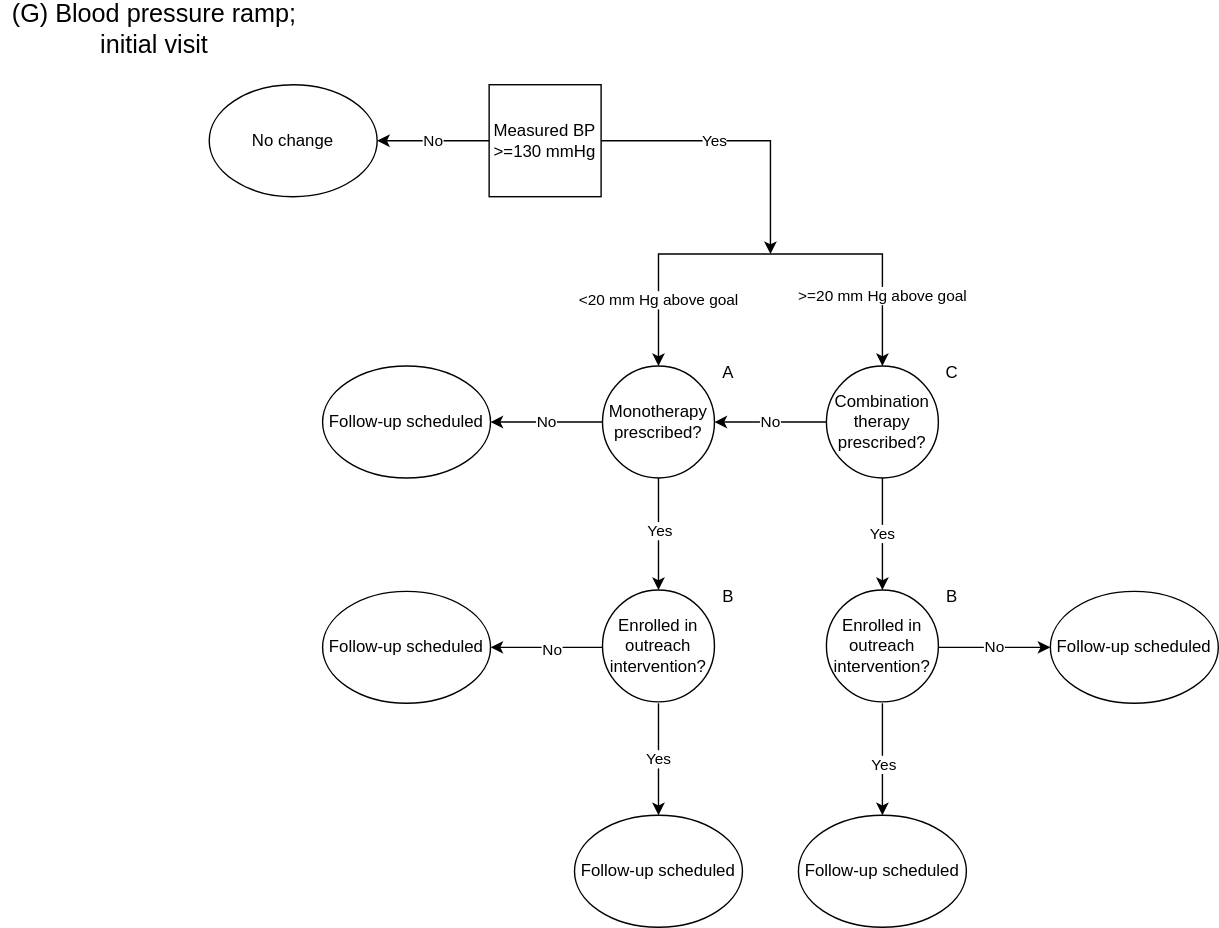
Above: docs/source/concept_models/vivarium_us_cvd/sbp_ramp_initial.svg in ihmeuw/vivarium_research (draw.io), before the change. Source tidied: cells renumbered, new cells last; positions are measured from the earlier drawing's top-left corner, leaving out a move shared by most shapes.
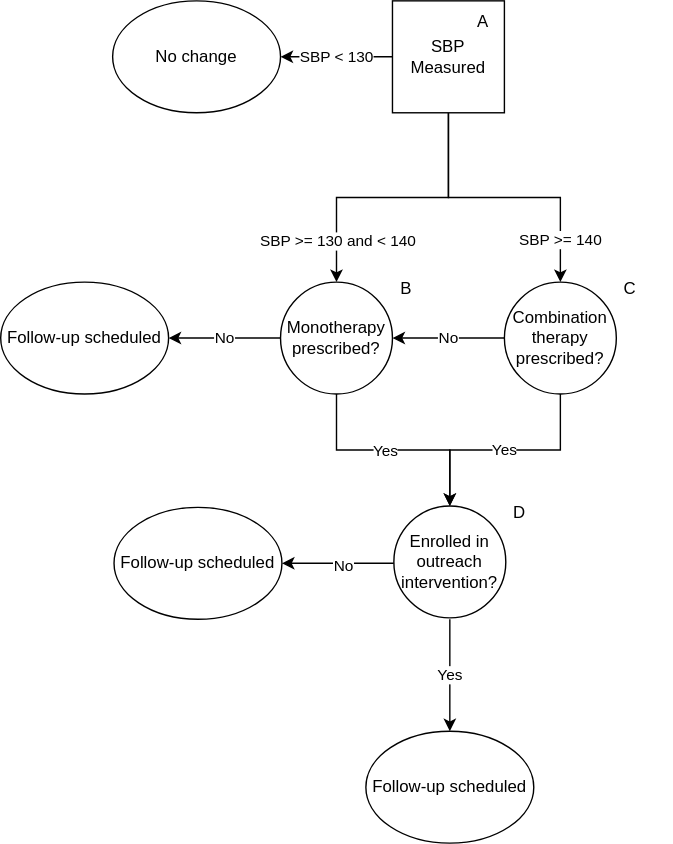
After the commit.

What changed in the source:
```diff
@@ -2,42 +2,29 @@
   <root>
     <mxCell id="0" />
     <mxCell id="1" parent="0" />
-    <mxCell id="2" style="edgeStyle=orthogonalEdgeStyle;rounded=0;orthogonalLoop=1;jettySize=auto;html=1;exitX=0.5;exitY=1;exitDx=0;exitDy=0;entryX=0.5;entryY=0;entryDx=0;entryDy=0;" parent="1" edge="1">
+    <mxCell id="2" style="edgeStyle=orthogonalEdgeStyle;rounded=0;jettySize=auto;html=1;exitX=0.5;exitY=1;exitDx=0;exitDy=0;entryX=0.5;entryY=0;entryDx=0;entryDy=0;" parent="1" edge="1" source="7">
       <mxGeometry relative="1" as="geometry">
-        <mxPoint x="549" y="170" as="sourcePoint" />
         <mxPoint x="470" y="250" as="targetPoint" />
       </mxGeometry>
     </mxCell>
-    <mxCell id="3" value="&amp;lt;20 mm Hg above goal" style="edgeLabel;html=1;align=center;verticalAlign=middle;" parent="2" vertex="1">
+    <mxCell id="3" value="SBP &amp;gt;= 130 and &amp;lt; 140" style="edgeLabel;html=1;align=center;verticalAlign=middle;" parent="2" vertex="1">
       <mxGeometry x="-0.13" y="-1" relative="1" as="geometry">
-        <mxPoint x="-11" y="33" as="offset" />
+        <mxPoint x="-52" y="32" as="offset" />
       </mxGeometry>
     </mxCell>
-    <mxCell id="4" value="&amp;gt;=20 mm Hg above goal" style="edgeStyle=orthogonalEdgeStyle;rounded=0;orthogonalLoop=1;jettySize=auto;html=1;exitX=0.5;exitY=1;exitDx=0;exitDy=0;entryX=0.5;entryY=0;entryDx=0;entryDy=0;" parent="1" edge="1">
-      <mxGeometry x="0.38" relative="1" as="geometry">
-        <mxPoint x="549" y="170" as="sourcePoint" />
+    <mxCell id="4" value="SBP &amp;gt;= 140" style="edgeStyle=orthogonalEdgeStyle;rounded=0;jettySize=auto;html=1;exitX=0.5;exitY=1;exitDx=0;exitDy=0;entryX=0.5;entryY=0;entryDx=0;entryDy=0;" parent="1" edge="1" source="7">
+      <mxGeometry x="0.7" relative="1" as="geometry">
         <mxPoint x="630" y="250" as="targetPoint" />
       </mxGeometry>
     </mxCell>
-    <mxCell id="5" value="Yes" style="edgeStyle=orthogonalEdgeStyle;rounded=0;jettySize=auto;html=1;exitX=1;exitY=0.5;exitDx=0;exitDy=0;" parent="1" edge="1" source="7">
-      <mxGeometry x="-0.2" relative="1" as="geometry">
-        <mxPoint x="550" y="170" as="targetPoint" />
-        <Array as="points">
-          <mxPoint x="550" y="89" />
-        </Array>
-      </mxGeometry>
-    </mxCell>
-    <mxCell id="6" value="No" style="edgeStyle=orthogonalEdgeStyle;rounded=0;jettySize=auto;html=1;exitX=0;exitY=0.5;exitDx=0;exitDy=0;entryX=1;entryY=0.5;entryDx=0;entryDy=0;" parent="1" edge="1" source="7" target="11">
+    <mxCell id="6" value="SBP &amp;lt; 130" style="edgeStyle=orthogonalEdgeStyle;rounded=0;jettySize=auto;html=1;exitX=0;exitY=0.5;exitDx=0;exitDy=0;entryX=1;entryY=0.5;entryDx=0;entryDy=0;" parent="1" edge="1" source="7" target="11">
       <mxGeometry relative="1" as="geometry" />
     </mxCell>
-    <mxCell id="7" value="Measured BP &amp;gt;=130 mmHg" style="whiteSpace=wrap;html=1;" parent="1" vertex="1">
-      <mxGeometry x="349" y="49" width="80" height="80" as="geometry" />
+    <mxCell id="7" value="SBP Measured" style="whiteSpace=wrap;html=1;" parent="1" vertex="1">
+      <mxGeometry x="510" y="49" width="80" height="80" as="geometry" />
     </mxCell>
-    <mxCell id="8" style="edgeStyle=orthogonalEdgeStyle;rounded=0;orthogonalLoop=1;jettySize=auto;html=1;exitX=0.5;exitY=1;exitDx=0;exitDy=0;" parent="1" edge="1">
-      <mxGeometry relative="1" as="geometry">
-        <mxPoint x="470" y="330" as="sourcePoint" />
-        <mxPoint x="470" y="410" as="targetPoint" />
-      </mxGeometry>
+    <mxCell id="8" style="edgeStyle=orthogonalEdgeStyle;rounded=0;jettySize=auto;html=1;entryX=0.5;entryY=0;entryDx=0;entryDy=0;exitX=0.5;exitY=1;exitDx=0;exitDy=0;" parent="1" edge="1" source="26" target="31">
+      <mxGeometry relative="1" as="geometry" />
     </mxCell>
     <mxCell id="9" value="Yes" style="edgeLabel;html=1;align=center;verticalAlign=middle;" parent="8" vertex="1">
       <mxGeometry x="-0.07" relative="1" as="geometry" />
@@ -52,14 +39,14 @@
       </mxGeometry>
     </mxCell>
     <mxCell id="11" value="No change" style="ellipse;whiteSpace=wrap;html=1;" parent="1" vertex="1">
-      <mxGeometry x="149" y="49" width="120" height="80" as="geometry" />
+      <mxGeometry x="310" y="49" width="120" height="80" as="geometry" />
     </mxCell>
     <mxCell id="12" value="Follow-up scheduled" style="ellipse;whiteSpace=wrap;html=1;" parent="1" vertex="1">
       <mxGeometry x="230" y="250" width="120" height="80" as="geometry" />
     </mxCell>
     <mxCell id="13" style="edgeStyle=orthogonalEdgeStyle;rounded=0;jettySize=auto;html=1;exitX=0;exitY=0.5;exitDx=0;exitDy=0;entryX=1;entryY=0.5;entryDx=0;entryDy=0;" parent="1" edge="1" target="16">
       <mxGeometry relative="1" as="geometry">
-        <mxPoint x="430" y="451" as="sourcePoint" />
+        <mxPoint x="511" y="451" as="sourcePoint" />
       </mxGeometry>
     </mxCell>
     <mxCell id="14" value="No" style="edgeLabel;html=1;align=center;verticalAlign=middle;" parent="13" vertex="1">
@@ -67,74 +54,45 @@
     </mxCell>
     <mxCell id="15" value="Yes" style="edgeStyle=orthogonalEdgeStyle;rounded=0;orthogonalLoop=1;jettySize=auto;html=1;exitX=0.5;exitY=1;exitDx=0;exitDy=0;" parent="1" edge="1">
       <mxGeometry relative="1" as="geometry">
-        <mxPoint x="470" y="491" as="sourcePoint" />
-        <mxPoint x="470" y="571" as="targetPoint" />
+        <mxPoint x="551" y="491" as="sourcePoint" />
+        <mxPoint x="551" y="571" as="targetPoint" />
       </mxGeometry>
     </mxCell>
     <mxCell id="16" value="Follow-up scheduled" style="ellipse;whiteSpace=wrap;html=1;" parent="1" vertex="1">
-      <mxGeometry x="230" y="411" width="120" height="80" as="geometry" />
+      <mxGeometry x="311" y="411" width="120" height="80" as="geometry" />
     </mxCell>
     <mxCell id="17" value="Follow-up scheduled" style="ellipse;whiteSpace=wrap;html=1;" parent="1" vertex="1">
-      <mxGeometry x="410" y="571" width="120" height="80" as="geometry" />
+      <mxGeometry x="491" y="571" width="120" height="80" as="geometry" />
     </mxCell>
-    <mxCell id="18" value="Yes" style="edgeStyle=orthogonalEdgeStyle;rounded=0;orthogonalLoop=1;jettySize=auto;html=1;exitX=0.5;exitY=1;exitDx=0;exitDy=0;" parent="1" edge="1">
-      <mxGeometry relative="1" as="geometry">
-        <mxPoint x="630" y="330" as="sourcePoint" />
-        <mxPoint x="630" y="410" as="targetPoint" />
-      </mxGeometry>
+    <mxCell id="18" value="Yes" style="edgeStyle=orthogonalEdgeStyle;rounded=0;jettySize=auto;html=1;entryX=0.5;entryY=0;entryDx=0;entryDy=0;exitX=0.5;exitY=1;exitDx=0;exitDy=0;" parent="1" edge="1" source="27" target="31">
+      <mxGeometry relative="1" as="geometry" />
     </mxCell>
-    <mxCell id="19" style="edgeStyle=orthogonalEdgeStyle;rounded=0;orthogonalLoop=1;jettySize=auto;html=1;exitX=0.5;exitY=1;exitDx=0;exitDy=0;" parent="1" edge="1">
-      <mxGeometry relative="1" as="geometry">
-        <mxPoint x="630" y="491" as="sourcePoint" />
-        <mxPoint x="630" y="571" as="targetPoint" />
-      </mxGeometry>
-    </mxCell>
-    <mxCell id="20" value="Yes" style="edgeLabel;html=1;align=center;verticalAlign=middle;" parent="19" vertex="1">
-      <mxGeometry x="0.07" relative="1" as="geometry" />
-    </mxCell>
-    <mxCell id="21" value="No" style="edgeStyle=orthogonalEdgeStyle;rounded=0;jettySize=auto;html=1;exitX=1;exitY=0.5;exitDx=0;exitDy=0;" parent="1" edge="1" target="22">
-      <mxGeometry relative="1" as="geometry">
-        <mxPoint x="670" y="451" as="sourcePoint" />
-      </mxGeometry>
-    </mxCell>
-    <mxCell id="22" value="Follow-up scheduled" style="ellipse;whiteSpace=wrap;html=1;" parent="1" vertex="1">
-      <mxGeometry x="750" y="411" width="120" height="80" as="geometry" />
-    </mxCell>
-    <mxCell id="23" value="Follow-up scheduled" style="ellipse;whiteSpace=wrap;html=1;" parent="1" vertex="1">
-      <mxGeometry x="570" y="571" width="120" height="80" as="geometry" />
-    </mxCell>
     <mxCell id="24" value="No" style="edgeStyle=orthogonalEdgeStyle;rounded=0;orthogonalLoop=1;jettySize=auto;html=1;exitX=0;exitY=0.5;exitDx=0;exitDy=0;" parent="1" edge="1">
       <mxGeometry relative="1" as="geometry">
         <mxPoint x="590" y="290" as="sourcePoint" />
         <mxPoint x="510" y="290" as="targetPoint" />
       </mxGeometry>
     </mxCell>
-    <mxCell id="25" value="&lt;font style=&quot;font-size: 18px&quot;&gt;(G) Blood pressure ramp; initial visit&lt;br&gt;&lt;/font&gt;" style="text;html=1;strokeColor=none;fillColor=none;align=center;verticalAlign=middle;whiteSpace=wrap;rounded=0;" parent="1" vertex="1">
-      <mxGeometry width="220" height="20" as="geometry" />
-    </mxCell>
     <mxCell id="26" value="Monotherapy prescribed?" style="ellipse;whiteSpace=wrap;html=1;" parent="1" vertex="1">
       <mxGeometry x="430" y="250" width="80" height="80" as="geometry" />
     </mxCell>
     <mxCell id="27" value="Combination therapy prescribed?" style="ellipse;whiteSpace=wrap;html=1;" parent="1" vertex="1">
       <mxGeometry x="590" y="250" width="80" height="80" as="geometry" />
     </mxCell>
-    <mxCell id="28" value="A" style="text;html=1;strokeColor=none;fillColor=none;align=center;verticalAlign=middle;whiteSpace=wrap;rounded=0;" parent="1" vertex="1">
+    <mxCell id="28" value="B" style="text;html=1;strokeColor=none;fillColor=none;align=center;verticalAlign=middle;whiteSpace=wrap;rounded=0;" parent="1" vertex="1">
       <mxGeometry x="490" y="240" width="60" height="30" as="geometry" />
     </mxCell>
     <mxCell id="29" value="C" style="text;html=1;strokeColor=none;fillColor=none;align=center;verticalAlign=middle;whiteSpace=wrap;rounded=0;" parent="1" vertex="1">
       <mxGeometry x="650" y="240" width="60" height="30" as="geometry" />
     </mxCell>
-    <mxCell id="30" value="Enrolled in outreach intervention?" style="ellipse;whiteSpace=wrap;html=1;" parent="1" vertex="1">
-      <mxGeometry x="590" y="410" width="80" height="80" as="geometry" />
-    </mxCell>
     <mxCell id="31" value="Enrolled in outreach intervention?" style="ellipse;whiteSpace=wrap;html=1;" parent="1" vertex="1">
-      <mxGeometry x="430" y="410" width="80" height="80" as="geometry" />
+      <mxGeometry x="511" y="410" width="80" height="80" as="geometry" />
     </mxCell>
-    <mxCell id="32" value="B" style="text;html=1;strokeColor=none;fillColor=none;align=center;verticalAlign=middle;whiteSpace=wrap;rounded=0;" parent="1" vertex="1">
-      <mxGeometry x="490" y="400" width="60" height="30" as="geometry" />
+    <mxCell id="32" value="D" style="text;html=1;strokeColor=none;fillColor=none;align=center;verticalAlign=middle;whiteSpace=wrap;rounded=0;" parent="1" vertex="1">
+      <mxGeometry x="571" y="400" width="60" height="30" as="geometry" />
     </mxCell>
-    <mxCell id="33" value="B" style="text;html=1;strokeColor=none;fillColor=none;align=center;verticalAlign=middle;whiteSpace=wrap;rounded=0;" parent="1" vertex="1">
-      <mxGeometry x="650" y="400" width="60" height="30" as="geometry" />
-    </mxCell>
+    <mxCell id="34" value="A" style="text;html=1;strokeColor=none;fillColor=none;align=center;verticalAlign=middle;whiteSpace=wrap;rounded=0;" parent="1" vertex="1">
+      <mxGeometry x="560" y="49" width="30" height="30" as="geometry" />
+    </mxCell>
   </root>
 </mxGraphModel>
```
